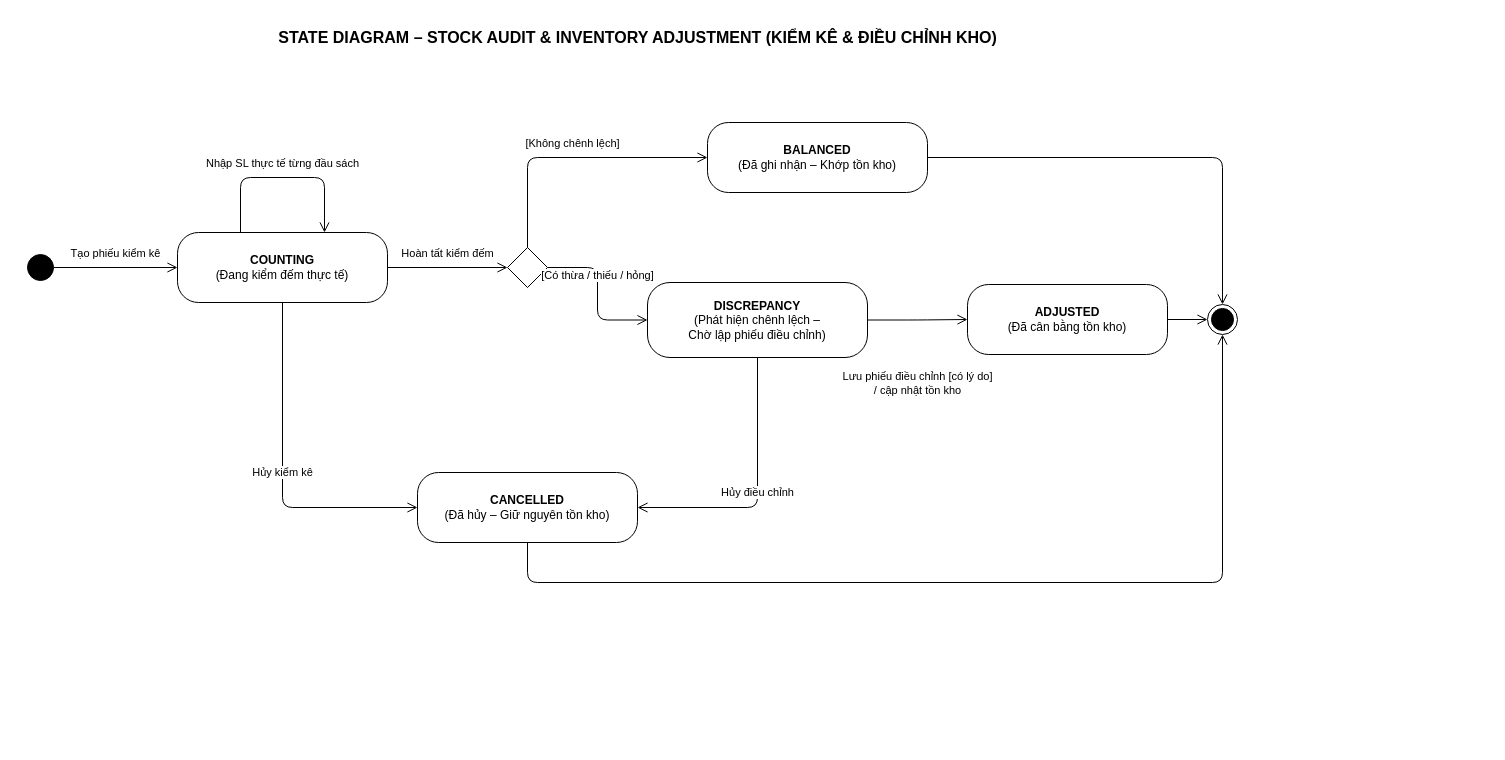
Before: docs/diagrams/State diagram/state-stock-audit.drawio in chihai9-dev/quan-ly-nha-sach-ooad, a draw.io diagram. Source tidied: cells renumbered, new cells numbered last; positions are measured from the earlier drawing's top-left corner, leaving out a move shared by most shapes. Both pictures are drawn from the tidied source at 100%, with x=0, y=0 at pixel (27, 22).
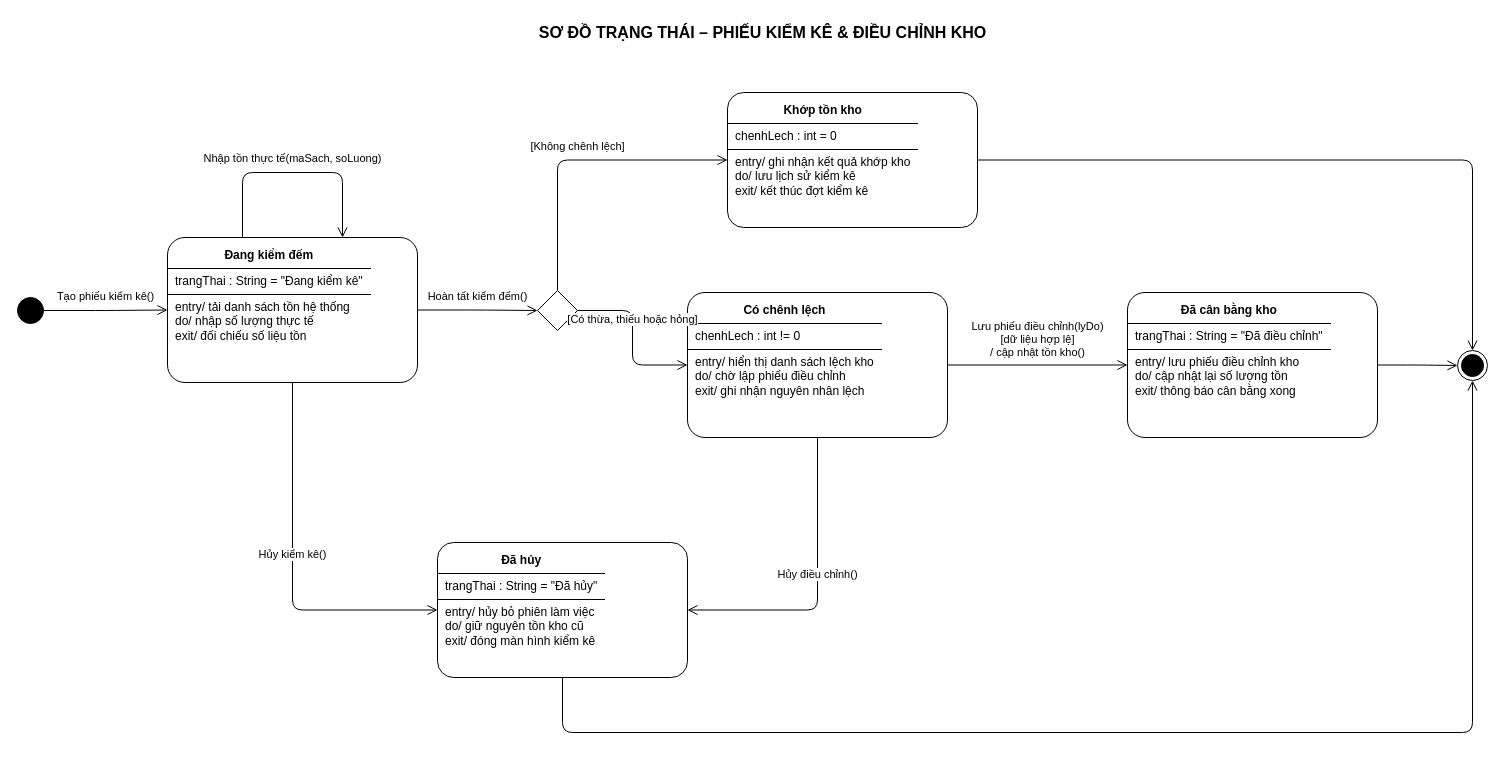
Above is the later version.

Diff of the diagram source:
```diff
@@
-    <mxCell id="2" value="&lt;b&gt;STATE DIAGRAM – STOCK AUDIT &amp;amp; INVENTORY ADJUSTMENT (KIỂM KÊ &amp;amp; ĐIỀU CHỈNH KHO)&lt;/b&gt;" style="text;html=1;align=center;verticalAlign=middle;fontSize=16;" parent="1" vertex="1">
-      <mxGeometry x="210" width="800" height="30" as="geometry" />
+    <mxCell id="2" value="&lt;b&gt;SƠ ĐỒ TRẠNG THÁI – PHIẾU KIỂM KÊ &amp; ĐIỀU CHỈNH KHO&lt;/b&gt;" style="text;html=1;align=center;verticalAlign=middle;fontSize=16;" parent="1" vertex="1">
+      <mxGeometry x="285" y="-5" width="900" height="30" as="geometry" />
     </mxCell>
     <mxCell id="3" style="ellipse;html=1;fillColor=#000000;strokeColor=#000000;" parent="1" vertex="1">
-      <mxGeometry y="232" width="26" height="26" as="geometry" />
+      <mxGeometry x="-10" y="275" width="26" height="26" as="geometry" />
     </mxCell>
-    <mxCell id="4" value="&lt;b&gt;COUNTING&lt;/b&gt;&lt;br&gt;(Đang kiểm đếm thực tế)" style="rounded=1;whiteSpace=wrap;html=1;arcSize=30;fillColor=#ffffff;strokeColor=#000000;" parent="1" vertex="1">
-      <mxGeometry x="150" y="210" width="210" height="70" as="geometry" />
+    <mxCell id="4" value="&lt;p style=&quot;margin:0;padding:6px 8px;text-align:center;&quot;&gt;&lt;b&gt;Đang kiểm đếm&lt;/b&gt;&lt;/p&gt;&lt;hr style=&quot;border:0;border-top:1px solid #000000;margin:0;&quot;/&gt;&lt;p style=&quot;margin:0;padding:5px 8px;&quot;&gt;trangThai : String = &quot;Đang kiểm kê&quot;&lt;/p&gt;&lt;hr style=&quot;border:0;border-top:1px solid #000000;margin:0;&quot;/&gt;&lt;p style=&quot;margin:0;padding:5px 8px;&quot;&gt;entry/ tải danh sách tồn hệ thống&lt;br/&gt;do/ nhập số lượng thực tế&lt;br/&gt;exit/ đối chiếu số liệu tồn&lt;/p&gt;" style="rounded=1;whiteSpace=wrap;html=1;arcSize=12;fillColor=#ffffff;strokeColor=#000000;align=left;verticalAlign=top;spacing=0;fontSize=12;" parent="1" vertex="1">
+      <mxGeometry x="140" y="215" width="250" height="145" as="geometry" />
     </mxCell>
     <mxCell id="5" style="rhombus;whiteSpace=wrap;html=1;fillColor=#ffffff;strokeColor=#000000;" parent="1" vertex="1">
-      <mxGeometry x="480" y="225" width="40" height="40" as="geometry" />
+      <mxGeometry x="510" y="268" width="40" height="40" as="geometry" />
     </mxCell>
-    <mxCell id="6" value="&lt;b&gt;BALANCED&lt;/b&gt;&lt;br&gt;(Đã ghi nhận – Khớp tồn kho)" style="rounded=1;whiteSpace=wrap;html=1;arcSize=30;fillColor=#ffffff;strokeColor=#000000;" parent="1" vertex="1">
-      <mxGeometry x="680" y="100" width="220" height="70" as="geometry" />
+    <mxCell id="6" value="&lt;p style=&quot;margin:0;padding:6px 8px;text-align:center;&quot;&gt;&lt;b&gt;Khớp tồn kho&lt;/b&gt;&lt;/p&gt;&lt;hr style=&quot;border:0;border-top:1px solid #000000;margin:0;&quot;/&gt;&lt;p style=&quot;margin:0;padding:5px 8px;&quot;&gt;chenhLech : int = 0&lt;/p&gt;&lt;hr style=&quot;border:0;border-top:1px solid #000000;margin:0;&quot;/&gt;&lt;p style=&quot;margin:0;padding:5px 8px;&quot;&gt;entry/ ghi nhận kết quả khớp kho&lt;br/&gt;do/ lưu lịch sử kiểm kê&lt;br/&gt;exit/ kết thúc đợt kiểm kê&lt;/p&gt;" style="rounded=1;whiteSpace=wrap;html=1;arcSize=12;fillColor=#ffffff;strokeColor=#000000;align=left;verticalAlign=top;spacing=0;fontSize=12;" parent="1" vertex="1">
+      <mxGeometry x="700" y="70" width="250" height="135" as="geometry" />
     </mxCell>
-    <mxCell id="7" value="&lt;b&gt;DISCREPANCY&lt;/b&gt;&lt;br&gt;(Phát hiện chênh lệch –&lt;br&gt;Chờ lập phiếu điều chỉnh)" style="rounded=1;whiteSpace=wrap;html=1;arcSize=30;fillColor=#ffffff;strokeColor=#000000;" parent="1" vertex="1">
-      <mxGeometry x="620" y="260" width="220" height="75" as="geometry" />
+    <mxCell id="7" value="&lt;p style=&quot;margin:0;padding:6px 8px;text-align:center;&quot;&gt;&lt;b&gt;Có chênh lệch&lt;/b&gt;&lt;/p&gt;&lt;hr style=&quot;border:0;border-top:1px solid #000000;margin:0;&quot;/&gt;&lt;p style=&quot;margin:0;padding:5px 8px;&quot;&gt;chenhLech : int != 0&lt;/p&gt;&lt;hr style=&quot;border:0;border-top:1px solid #000000;margin:0;&quot;/&gt;&lt;p style=&quot;margin:0;padding:5px 8px;&quot;&gt;entry/ hiển thị danh sách lệch kho&lt;br/&gt;do/ chờ lập phiếu điều chỉnh&lt;br/&gt;exit/ ghi nhận nguyên nhân lệch&lt;/p&gt;" style="rounded=1;whiteSpace=wrap;html=1;arcSize=12;fillColor=#ffffff;strokeColor=#000000;align=left;verticalAlign=top;spacing=0;fontSize=12;" parent="1" vertex="1">
+      <mxGeometry x="660" y="270" width="260" height="145" as="geometry" />
     </mxCell>
-    <mxCell id="8" value="&lt;b&gt;ADJUSTED&lt;/b&gt;&lt;br&gt;(Đã cân bằng tồn kho)" style="rounded=1;whiteSpace=wrap;html=1;arcSize=30;fillColor=#ffffff;strokeColor=#000000;" parent="1" vertex="1">
-      <mxGeometry x="940" y="262" width="200" height="70" as="geometry" />
+    <mxCell id="8" value="&lt;p style=&quot;margin:0;padding:6px 8px;text-align:center;&quot;&gt;&lt;b&gt;Đã cân bằng kho&lt;/b&gt;&lt;/p&gt;&lt;hr style=&quot;border:0;border-top:1px solid #000000;margin:0;&quot;/&gt;&lt;p style=&quot;margin:0;padding:5px 8px;&quot;&gt;trangThai : String = &quot;Đã điều chỉnh&quot;&lt;/p&gt;&lt;hr style=&quot;border:0;border-top:1px solid #000000;margin:0;&quot;/&gt;&lt;p style=&quot;margin:0;padding:5px 8px;&quot;&gt;entry/ lưu phiếu điều chỉnh kho&lt;br/&gt;do/ cập nhật lại số lượng tồn&lt;br/&gt;exit/ thông báo cân bằng xong&lt;/p&gt;" style="rounded=1;whiteSpace=wrap;html=1;arcSize=12;fillColor=#ffffff;strokeColor=#000000;align=left;verticalAlign=top;spacing=0;fontSize=12;" parent="1" vertex="1">
+      <mxGeometry x="1100" y="270" width="250" height="145" as="geometry" />
     </mxCell>
-    <mxCell id="9" value="&lt;b&gt;CANCELLED&lt;/b&gt;&lt;br&gt;(Đã hủy – Giữ nguyên tồn kho)" style="rounded=1;whiteSpace=wrap;html=1;arcSize=30;fillColor=#ffffff;strokeColor=#000000;" parent="1" vertex="1">
-      <mxGeometry x="390" y="450" width="220" height="70" as="geometry" />
+    <mxCell id="9" value="&lt;p style=&quot;margin:0;padding:6px 8px;text-align:center;&quot;&gt;&lt;b&gt;Đã hủy&lt;/b&gt;&lt;/p&gt;&lt;hr style=&quot;border:0;border-top:1px solid #000000;margin:0;&quot;/&gt;&lt;p style=&quot;margin:0;padding:5px 8px;&quot;&gt;trangThai : String = &quot;Đã hủy&quot;&lt;/p&gt;&lt;hr style=&quot;border:0;border-top:1px solid #000000;margin:0;&quot;/&gt;&lt;p style=&quot;margin:0;padding:5px 8px;&quot;&gt;entry/ hủy bỏ phiên làm việc&lt;br/&gt;do/ giữ nguyên tồn kho cũ&lt;br/&gt;exit/ đóng màn hình kiểm kê&lt;/p&gt;" style="rounded=1;whiteSpace=wrap;html=1;arcSize=12;fillColor=#ffffff;strokeColor=#000000;align=left;verticalAlign=top;spacing=0;fontSize=12;" parent="1" vertex="1">
+      <mxGeometry x="410" y="520" width="250" height="135" as="geometry" />
     </mxCell>
     <mxCell id="10" style="ellipse;html=1;shape=endState;fillColor=#000000;strokeColor=#000000;" parent="1" vertex="1">
-      <mxGeometry x="1180" y="282" width="30" height="30" as="geometry" />
+      <mxGeometry x="1430" y="328" width="30" height="30" as="geometry" />
     </mxCell>
-    <mxCell id="11" value="Tạo phiếu kiểm kê" style="edgeStyle=orthogonalEdgeStyle;rounded=1;html=1;endArrow=open;endSize=8;fontSize=11;labelBackgroundColor=#ffffff;" parent="1" edge="1" source="3" target="4">
+    <mxCell id="11" value="Tạo phiếu kiểm kê()" style="edgeStyle=orthogonalEdgeStyle;rounded=1;html=1;endArrow=open;endSize=8;fontSize=11;strokeColor=#000000;labelBackgroundColor=#ffffff;" parent="1" edge="1" source="3" target="4">
       <mxGeometry relative="1" as="geometry">
         <mxPoint y="-14" as="offset" />
       </mxGeometry>
     </mxCell>
-    <mxCell id="12" value="Nhập SL thực tế từng đầu sách" style="edgeStyle=orthogonalEdgeStyle;rounded=1;html=1;endArrow=open;endSize=8;exitX=0.3;exitY=0;exitDx=0;exitDy=0;entryX=0.7;entryY=0;entryDx=0;entryDy=0;fontSize=11;labelBackgroundColor=#ffffff;" parent="1" edge="1" source="4" target="4">
+    <mxCell id="12" value="Nhập tồn thực tế(maSach, soLuong)" style="edgeStyle=orthogonalEdgeStyle;rounded=1;html=1;endArrow=open;endSize=8;fontSize=11;strokeColor=#000000;labelBackgroundColor=#ffffff;exitX=0.3;exitY=0;entryX=0.7;entryY=0;" parent="1" edge="1" source="4" target="4">
       <mxGeometry relative="1" as="geometry">
         <Array as="points">
-          <mxPoint x="213" y="155" />
-          <mxPoint x="297" y="155" />
+          <mxPoint x="215" y="150" />
+          <mxPoint x="315" y="150" />
         </Array>
         <mxPoint y="-14" as="offset" />
       </mxGeometry>
     </mxCell>
-    <mxCell id="13" value="Hoàn tất kiểm đếm" style="edgeStyle=orthogonalEdgeStyle;rounded=1;html=1;endArrow=open;endSize=8;fontSize=11;labelBackgroundColor=#ffffff;" parent="1" edge="1" source="4" target="5">
+    <mxCell id="13" value="Hoàn tất kiểm đếm()" style="edgeStyle=orthogonalEdgeStyle;rounded=1;html=1;endArrow=open;endSize=8;fontSize=11;strokeColor=#000000;labelBackgroundColor=#ffffff;" parent="1" edge="1" source="4" target="5">
       <mxGeometry relative="1" as="geometry">
         <mxPoint y="-14" as="offset" />
       </mxGeometry>
     </mxCell>
-    <mxCell id="14" value="[Không chênh lệch]" style="edgeStyle=orthogonalEdgeStyle;rounded=1;html=1;endArrow=open;endSize=8;exitX=0.5;exitY=0;exitDx=0;exitDy=0;entryX=0;entryY=0.5;entryDx=0;entryDy=0;fontSize=11;labelBackgroundColor=#ffffff;" parent="1" edge="1" source="5" target="6">
+    <mxCell id="14" value="[Không chênh lệch]" style="edgeStyle=orthogonalEdgeStyle;rounded=1;html=1;endArrow=open;endSize=8;fontSize=11;strokeColor=#000000;labelBackgroundColor=#ffffff;exitX=0.5;exitY=0;entryX=0;entryY=0.5;" parent="1" edge="1" source="5" target="6">
       <mxGeometry relative="1" as="geometry">
         <Array as="points">
-          <mxPoint x="500" y="135" />
+          <mxPoint x="530" y="138" />
         </Array>
         <mxPoint y="-14" as="offset" />
       </mxGeometry>
     </mxCell>
-    <mxCell id="15" value="[Có thừa / thiếu / hỏng]" style="edgeStyle=orthogonalEdgeStyle;rounded=1;html=1;endArrow=open;endSize=8;exitX=1;exitY=0.5;exitDx=0;exitDy=0;entryX=0;entryY=0.5;entryDx=0;entryDy=0;fontSize=11;labelBackgroundColor=#ffffff;" parent="1" edge="1" source="5" target="7">
+    <mxCell id="15" value="[Có thừa, thiếu hoặc hỏng]" style="edgeStyle=orthogonalEdgeStyle;rounded=1;html=1;endArrow=open;endSize=8;fontSize=11;strokeColor=#000000;labelBackgroundColor=#ffffff;" parent="1" edge="1" source="5" target="7">
       <mxGeometry relative="1" as="geometry">
         <mxPoint y="-18" as="offset" />
       </mxGeometry>
     </mxCell>
-    <mxCell id="16" value="Lưu phiếu điều chỉnh [có lý do]&lt;br&gt;/ cập nhật tồn kho" style="edgeStyle=orthogonalEdgeStyle;rounded=1;html=1;endArrow=open;endSize=8;fontSize=11;labelBackgroundColor=#ffffff;" parent="1" edge="1" source="7" target="8">
-      <mxGeometry x="-0.01" y="-63" relative="1" as="geometry">
-        <mxPoint x="-63" y="63" as="offset" />
+    <mxCell id="16" value="Lưu phiếu điều chỉnh(lyDo)&lt;br/&gt;[dữ liệu hợp lệ]&lt;br/&gt;/ cập nhật tồn kho()" style="edgeStyle=orthogonalEdgeStyle;rounded=1;html=1;endArrow=open;endSize=8;fontSize=11;strokeColor=#000000;labelBackgroundColor=#ffffff;" parent="1" edge="1" source="7" target="8">
+      <mxGeometry relative="1" as="geometry">
+        <mxPoint y="-26" as="offset" />
       </mxGeometry>
     </mxCell>
-    <mxCell id="17" value="Hủy kiểm kê" style="edgeStyle=orthogonalEdgeStyle;rounded=1;html=1;endArrow=open;endSize=8;exitX=0.5;exitY=1;exitDx=0;exitDy=0;entryX=0;entryY=0.5;entryDx=0;entryDy=0;fontSize=11;labelBackgroundColor=#ffffff;" parent="1" edge="1" source="4" target="9">
+    <mxCell id="17" value="Hủy kiểm kê()" style="edgeStyle=orthogonalEdgeStyle;rounded=1;html=1;endArrow=open;endSize=8;fontSize=11;strokeColor=#000000;labelBackgroundColor=#ffffff;exitX=0.5;exitY=1;entryX=0;entryY=0.5;" parent="1" edge="1" source="4" target="9">
       <mxGeometry relative="1" as="geometry">
         <Array as="points">
-          <mxPoint x="255" y="485" />
+          <mxPoint x="265" y="588" />
         </Array>
+        <mxPoint y="-14" as="offset" />
       </mxGeometry>
     </mxCell>
-    <mxCell id="18" value="Hủy điều chỉnh" style="edgeStyle=orthogonalEdgeStyle;rounded=1;html=1;endArrow=open;endSize=8;exitX=0.5;exitY=1;exitDx=0;exitDy=0;entryX=1;entryY=0.5;entryDx=0;entryDy=0;fontSize=11;labelBackgroundColor=#ffffff;" parent="1" edge="1" source="7" target="9">
+    <mxCell id="18" value="Hủy điều chỉnh()" style="edgeStyle=orthogonalEdgeStyle;rounded=1;html=1;endArrow=open;endSize=8;fontSize=11;strokeColor=#000000;labelBackgroundColor=#ffffff;exitX=0.5;exitY=1;entryX=1;entryY=0.5;" parent="1" edge="1" source="7" target="9">
       <mxGeometry relative="1" as="geometry">
         <Array as="points">
-          <mxPoint x="730" y="485" />
+          <mxPoint x="790" y="588" />
         </Array>
+        <mxPoint y="-14" as="offset" />
       </mxGeometry>
     </mxCell>
-    <mxCell id="19" style="edgeStyle=orthogonalEdgeStyle;rounded=1;html=1;endArrow=open;endSize=8;exitX=1;exitY=0.5;exitDx=0;exitDy=0;entryX=0.5;entryY=0;entryDx=0;entryDy=0;" parent="1" edge="1" source="6" target="10">
+    <mxCell id="19" style="edgeStyle=orthogonalEdgeStyle;rounded=1;html=1;endArrow=open;endSize=8;fontSize=11;strokeColor=#000000;labelBackgroundColor=#ffffff;exitX=1;exitY=0.5;entryX=0.5;entryY=0;" parent="1" edge="1" source="6" target="10">
       <mxGeometry relative="1" as="geometry">
         <Array as="points">
-          <mxPoint x="1195" y="135" />
+          <mxPoint x="1445" y="138" />
         </Array>
       </mxGeometry>
     </mxCell>
-    <mxCell id="20" style="edgeStyle=orthogonalEdgeStyle;rounded=1;html=1;endArrow=open;endSize=8;" parent="1" edge="1" source="8" target="10">
+    <mxCell id="20" style="edgeStyle=orthogonalEdgeStyle;rounded=1;html=1;endArrow=open;endSize=8;fontSize=11;strokeColor=#000000;labelBackgroundColor=#ffffff;" parent="1" edge="1" source="8" target="10">
       <mxGeometry relative="1" as="geometry" />
     </mxCell>
-    <mxCell id="21" style="edgeStyle=orthogonalEdgeStyle;rounded=1;html=1;endArrow=open;endSize=8;exitX=0.5;exitY=1;exitDx=0;exitDy=0;entryX=0.5;entryY=1;entryDx=0;entryDy=0;" parent="1" edge="1" source="9" target="10">
+    <mxCell id="21" style="edgeStyle=orthogonalEdgeStyle;rounded=1;html=1;endArrow=open;endSize=8;fontSize=11;strokeColor=#000000;labelBackgroundColor=#ffffff;exitX=0.5;exitY=1;entryX=0.5;entryY=1;" parent="1" edge="1" source="9" target="10">
       <mxGeometry relative="1" as="geometry">
         <Array as="points">
-          <mxPoint x="500" y="560" />
-          <mxPoint x="1195" y="560" />
+          <mxPoint x="535" y="710" />
+          <mxPoint x="1445" y="710" />
         </Array>
       </mxGeometry>
     </mxCell>
```
